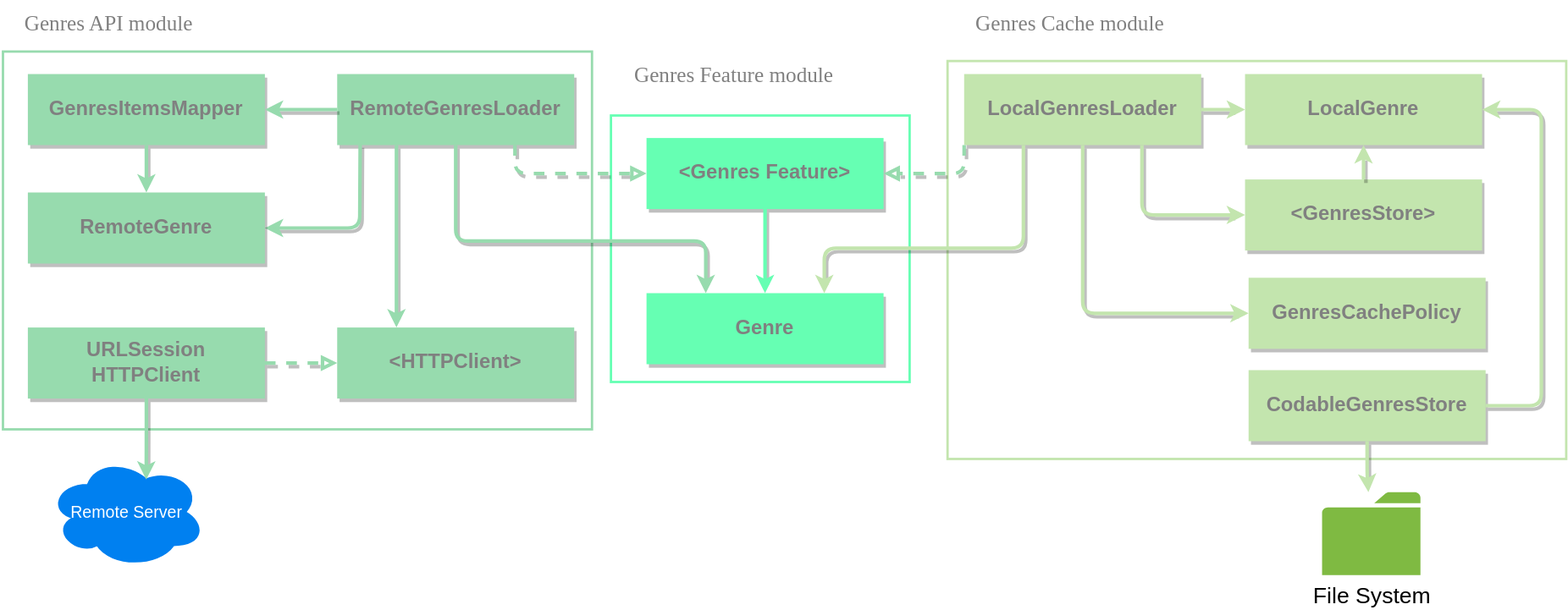
alexnikol/AnyCast keeps this draw.io diagram as Podcasts Genres List/Genres List UI/dependency.drawio.svg. Above is the earlier version. Source tidied: cells renumbered, new cells last; positions are measured from the earlier drawing's top-left corner, leaving out a move shared by most shapes.
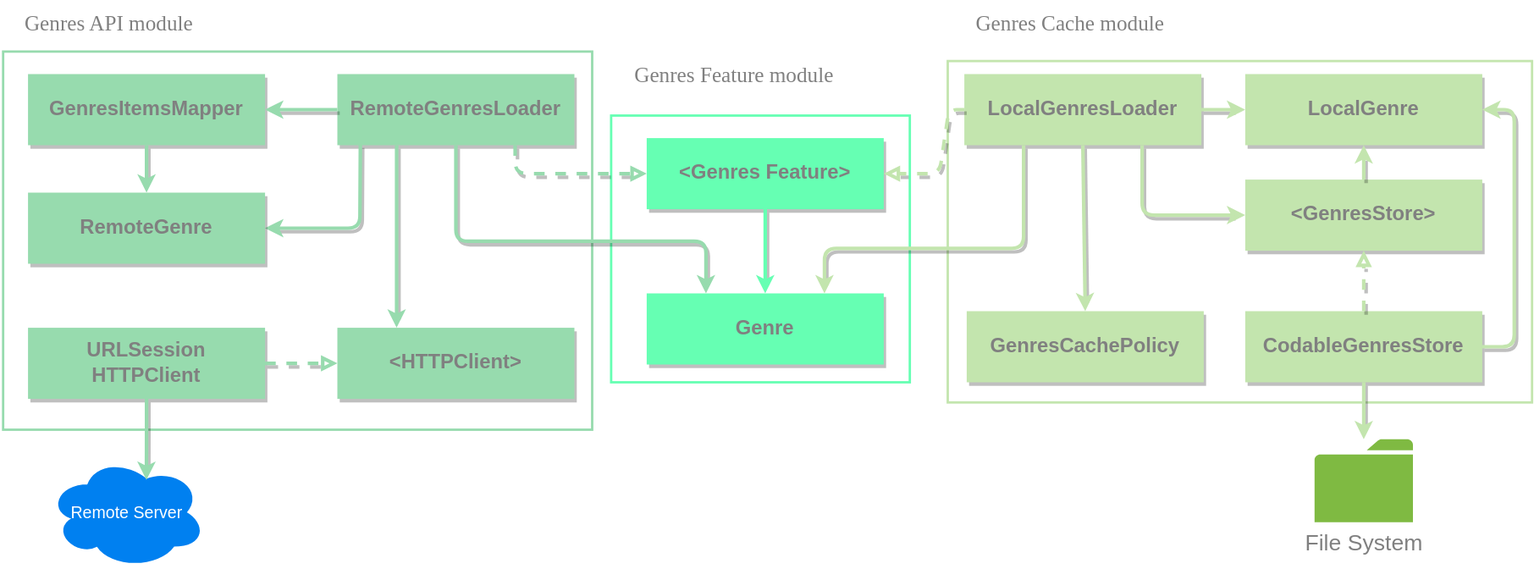
After the change.

Commit message:
Updated dependancy diagram

Change to the diagram source:
```diff
@@ -3,7 +3,7 @@
     <mxCell id="0" />
     <mxCell id="1" parent="0" />
     <mxCell id="2" style="rounded=0;whiteSpace=wrap;html=1;strokeWidth=2;strokeColor=#C3E5AE;fillColor=none;" parent="1" vertex="1">
-      <mxGeometry x="799" y="51" width="522" height="336" as="geometry" />
+      <mxGeometry x="799" y="51" width="493" height="288" as="geometry" />
     </mxCell>
     <mxCell id="3" style="rounded=0;whiteSpace=wrap;html=1;strokeWidth=2;strokeColor=#66FFB3;fillColor=none;" parent="1" vertex="1">
       <mxGeometry x="515" y="97" width="252" height="225" as="geometry" />
@@ -137,44 +137,41 @@
         </Array>
       </mxGeometry>
     </mxCell>
-    <mxCell id="35" style="edgeStyle=none;html=1;exitX=0;exitY=1;exitDx=0;exitDy=0;fontSize=17;fontColor=#999900;strokeColor=#97DBAE;fillColor=#a20025;strokeWidth=3;rounded=1;dashed=1;shadow=1;endArrow=block;endFill=0;entryX=1;entryY=0.5;entryDx=0;entryDy=0;" parent="1" edge="1" source="20" target="8">
+    <mxCell id="35" style="edgeStyle=none;html=1;exitX=0;exitY=0.5;exitDx=0;exitDy=0;fontSize=17;fontColor=#999900;strokeColor=#C3E5AE;fillColor=#a20025;strokeWidth=3;rounded=1;dashed=1;shadow=1;endArrow=block;endFill=0;entryX=1;entryY=0.5;entryDx=0;entryDy=0;" parent="1" edge="1" source="20" target="8">
       <mxGeometry relative="1" as="geometry">
         <Array as="points">
-          <mxPoint x="813" y="146" />
+          <mxPoint x="800" y="92" />
+          <mxPoint x="792" y="146" />
+          <mxPoint x="775" y="146" />
         </Array>
       </mxGeometry>
     </mxCell>
     <mxCell id="36" value="GenresCachePolicy" style="rounded=0;whiteSpace=wrap;html=1;fontSize=17;fontColor=#808080;strokeColor=none;strokeWidth=3;fillColor=#C3E5AE;fontStyle=1;gradientColor=none;shadow=1;" parent="1" vertex="1">
-      <mxGeometry x="1053" y="234" width="200" height="60" as="geometry" />
+      <mxGeometry x="815" y="262" width="200" height="60" as="geometry" />
     </mxCell>
-    <mxCell id="37" style="edgeStyle=none;html=1;fontSize=17;fontColor=#999900;strokeColor=#C3E5AE;fillColor=#a20025;strokeWidth=3;shadow=1;entryX=0;entryY=0.5;entryDx=0;entryDy=0;exitX=0.5;exitY=1;exitDx=0;exitDy=0;" parent="1" edge="1" source="20" target="36">
-      <mxGeometry relative="1" as="geometry">
-        <Array as="points">
-          <mxPoint x="913" y="264" />
-        </Array>
-      </mxGeometry>
-    </mxCell>
     <mxCell id="38" value="CodableGenresStore" style="rounded=0;whiteSpace=wrap;html=1;fontSize=17;fontColor=#808080;strokeColor=none;strokeWidth=3;fillColor=#C3E5AE;fontStyle=1;gradientColor=none;shadow=1;" parent="1" vertex="1">
-      <mxGeometry x="1053" y="312" width="200" height="60" as="geometry" />
+      <mxGeometry x="1050" y="262" width="200" height="60" as="geometry" />
     </mxCell>
     <mxCell id="39" style="edgeStyle=none;html=1;fontSize=17;fontColor=#999900;strokeColor=#C3E5AE;fillColor=#a20025;strokeWidth=3;shadow=1;entryX=1;entryY=0.5;entryDx=0;entryDy=0;exitX=1;exitY=0.5;exitDx=0;exitDy=0;" parent="1" edge="1" source="38" target="21">
       <mxGeometry relative="1" as="geometry">
         <Array as="points">
-          <mxPoint x="1300" y="342" />
-          <mxPoint x="1300" y="163" />
-          <mxPoint x="1300" y="92" />
+          <mxPoint x="1277" y="292" />
+          <mxPoint x="1277" y="163" />
+          <mxPoint x="1277" y="92" />
         </Array>
       </mxGeometry>
     </mxCell>
-    <mxCell id="40" value="File System&lt;br style=&quot;font-size: 19px;&quot;&gt;" style="sketch=0;shadow=0;dashed=0;html=1;strokeColor=none;labelPosition=center;verticalLabelPosition=bottom;verticalAlign=top;outlineConnect=0;align=center;shape=mxgraph.office.concepts.folder;fillColor=#7FBA42;fontSize=19;" parent="1" vertex="1">
-      <mxGeometry x="1115" y="415" width="83" height="70" as="geometry" />
+    <mxCell id="40" value="File System&lt;br style=&quot;font-size: 19px;&quot;&gt;" style="sketch=0;shadow=0;dashed=0;html=1;strokeColor=none;labelPosition=center;verticalLabelPosition=bottom;verticalAlign=top;outlineConnect=0;align=center;shape=mxgraph.office.concepts.folder;fillColor=#7FBA42;fontSize=19;fontColor=#808080;" parent="1" vertex="1">
+      <mxGeometry x="1108.5" y="370" width="83" height="70" as="geometry" />
     </mxCell>
+    <mxCell id="42" style="edgeStyle=none;html=1;exitX=0.5;exitY=0;exitDx=0;exitDy=0;fontSize=17;fontColor=#999900;strokeColor=#C3E5AE;fillColor=#a20025;strokeWidth=3;rounded=1;dashed=1;shadow=1;endArrow=block;endFill=0;entryX=0.5;entryY=1;entryDx=0;entryDy=0;" parent="1" edge="1" source="38" target="29">
+      <mxGeometry relative="1" as="geometry" />
+    </mxCell>
+    <mxCell id="37" style="edgeStyle=none;html=1;exitX=0.5;exitY=1;exitDx=0;exitDy=0;fontSize=17;fontColor=#999900;strokeColor=#C3E5AE;fillColor=#a20025;strokeWidth=3;shadow=1;entryX=0.5;entryY=0;entryDx=0;entryDy=0;" parent="1" edge="1" source="20" target="36">
+      <mxGeometry relative="1" as="geometry" />
+    </mxCell>
     <mxCell id="41" style="edgeStyle=none;html=1;fontSize=17;fontColor=#999900;strokeColor=#C3E5AE;fillColor=#a20025;strokeWidth=3;shadow=1;exitX=0.5;exitY=1;exitDx=0;exitDy=0;" parent="1" edge="1" source="38" target="40">
-      <mxGeometry relative="1" as="geometry">
-        <Array as="points">
-          <mxPoint x="1153" y="399" />
-        </Array>
-      </mxGeometry>
+      <mxGeometry relative="1" as="geometry" />
     </mxCell>
   </root>
 </mxGraphModel>
```
